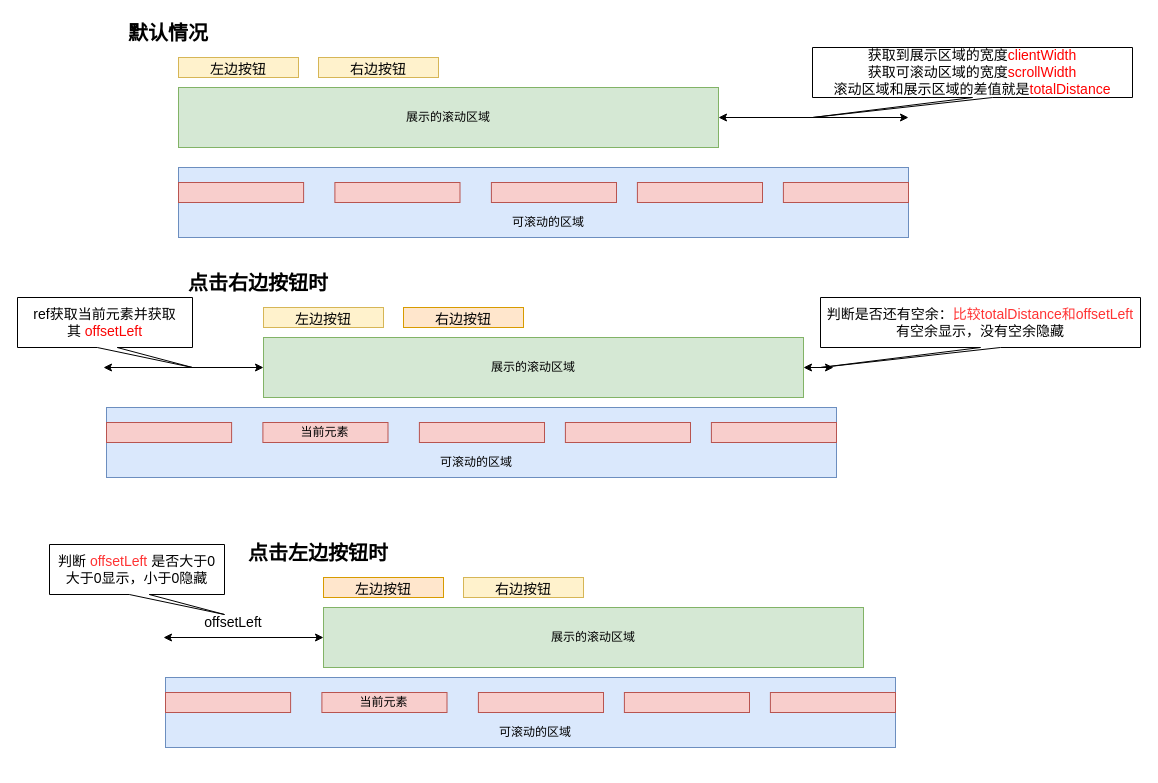
Before: src/assets/dio/scroll.dio in linq0211/airbnb, a draw.io diagram. Source tidied: cells renumbered, new cells numbered last; positions are measured from the earlier drawing's top-left corner, leaving out a move shared by most shapes. Both pictures are drawn from the tidied source at 100%, with x=0, y=0 at pixel (17, 17).
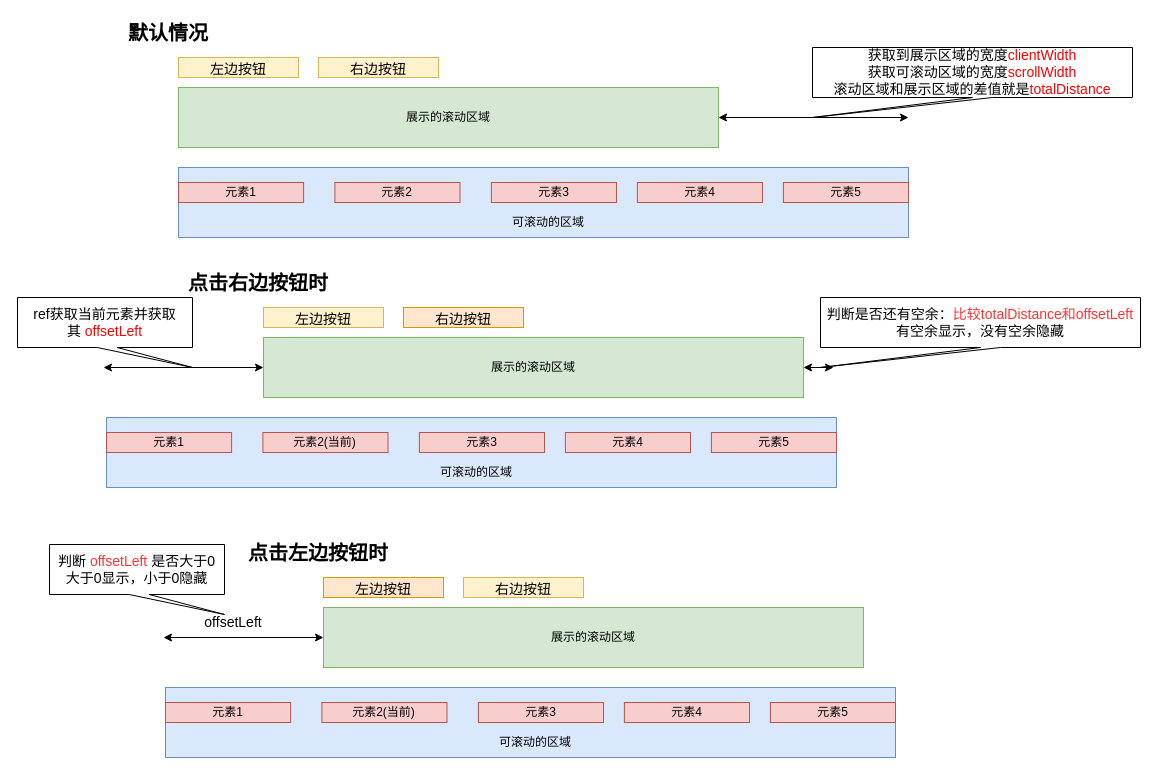
The same diagram, later.

The change refers to these unchanged cells:
```xml
<mxCell id="3" style="group;" parent="1" vertex="1">
  <mxGeometry x="161" y="150" width="730" height="70" as="geometry" />
</mxCell>
```

Diff of the diagram source:
```diff
@@
-    <mxCell id="5" style="rounded=0;whiteSpace=wrap;html=1;fillColor=#f8cecc;strokeColor=#b85450;" parent="3" vertex="1">
+    <mxCell id="5" value="元素1" style="rounded=0;whiteSpace=wrap;html=1;fillColor=#f8cecc;strokeColor=#b85450;" parent="3" vertex="1">
       <mxGeometry y="15" width="125.1" height="20" as="geometry" />
     </mxCell>
-    <mxCell id="6" style="rounded=0;whiteSpace=wrap;html=1;fillColor=#f8cecc;strokeColor=#b85450;" parent="3" vertex="1">
+    <mxCell id="6" value="元素3" style="rounded=0;whiteSpace=wrap;html=1;fillColor=#f8cecc;strokeColor=#b85450;" parent="3" vertex="1">
       <mxGeometry x="312.9" y="15" width="125.1" height="20" as="geometry" />
     </mxCell>
-    <mxCell id="7" style="rounded=0;whiteSpace=wrap;html=1;fillColor=#f8cecc;strokeColor=#b85450;" parent="3" vertex="1">
+    <mxCell id="7" value="元素2" style="rounded=0;whiteSpace=wrap;html=1;fillColor=#f8cecc;strokeColor=#b85450;" parent="3" vertex="1">
       <mxGeometry x="156.4" y="15" width="125.1" height="20" as="geometry" />
     </mxCell>
-    <mxCell id="8" style="rounded=0;whiteSpace=wrap;html=1;fillColor=#f8cecc;strokeColor=#b85450;" parent="3" vertex="1">
+    <mxCell id="8" value="元素4" style="rounded=0;whiteSpace=wrap;html=1;fillColor=#f8cecc;strokeColor=#b85450;" parent="3" vertex="1">
       <mxGeometry x="458.9" y="15" width="125.1" height="20" as="geometry" />
     </mxCell>
-    <mxCell id="9" style="rounded=0;whiteSpace=wrap;html=1;fillColor=#f8cecc;strokeColor=#b85450;" parent="3" vertex="1">
+    <mxCell id="9" value="元素5" style="rounded=0;whiteSpace=wrap;html=1;fillColor=#f8cecc;strokeColor=#b85450;" parent="3" vertex="1">
       <mxGeometry x="604.9" y="15" width="125.1" height="20" as="geometry" />
     </mxCell>
@@
-    <mxCell id="20" style="group;" parent="1" vertex="1">
-      <mxGeometry x="89" y="390" width="730" height="70" as="geometry" />
-    </mxCell>
-    <mxCell id="21" style="rounded=0;whiteSpace=wrap;html=1;fillColor=#dae8fc;strokeColor=#6c8ebf;" parent="20" vertex="1">
-      <mxGeometry width="730" height="70" as="geometry" />
-    </mxCell>
-    <mxCell id="22" style="rounded=0;whiteSpace=wrap;html=1;fillColor=#f8cecc;strokeColor=#b85450;" parent="20" vertex="1">
-      <mxGeometry y="15" width="125.1" height="20" as="geometry" />
-    </mxCell>
-    <mxCell id="23" style="rounded=0;whiteSpace=wrap;html=1;fillColor=#f8cecc;strokeColor=#b85450;" parent="20" vertex="1">
-      <mxGeometry x="312.9" y="15" width="125.1" height="20" as="geometry" />
-    </mxCell>
-    <mxCell id="24" value="当前元素" style="rounded=0;whiteSpace=wrap;html=1;fillColor=#f8cecc;strokeColor=#b85450;" parent="20" vertex="1">
-      <mxGeometry x="156.4" y="15" width="125.1" height="20" as="geometry" />
-    </mxCell>
-    <mxCell id="25" style="rounded=0;whiteSpace=wrap;html=1;fillColor=#f8cecc;strokeColor=#b85450;" parent="20" vertex="1">
-      <mxGeometry x="458.9" y="15" width="125.1" height="20" as="geometry" />
-    </mxCell>
-    <mxCell id="26" style="rounded=0;whiteSpace=wrap;html=1;fillColor=#f8cecc;strokeColor=#b85450;" parent="20" vertex="1">
-      <mxGeometry x="604.9" y="15" width="125.1" height="20" as="geometry" />
-    </mxCell>
-    <mxCell id="27" style="edgeStyle=none;html=1;fontSize=14;" parent="20" edge="1" source="28" target="21">
-      <mxGeometry relative="1" as="geometry" />
-    </mxCell>
-    <mxCell id="28" value="可滚动的区域" style="text;html=1;strokeColor=none;fillColor=none;align=center;verticalAlign=middle;whiteSpace=wrap;rounded=0;" parent="20" vertex="1">
-      <mxGeometry x="323.3" y="40" width="93.9" height="30" as="geometry" />
-    </mxCell>
@@
-    <mxCell id="36" style="group;" parent="1" vertex="1">
-      <mxGeometry x="148" y="660" width="730" height="70" as="geometry" />
-    </mxCell>
-    <mxCell id="37" style="rounded=0;whiteSpace=wrap;html=1;fillColor=#dae8fc;strokeColor=#6c8ebf;" parent="36" vertex="1">
-      <mxGeometry width="730" height="70" as="geometry" />
-    </mxCell>
-    <mxCell id="38" style="rounded=0;whiteSpace=wrap;html=1;fillColor=#f8cecc;strokeColor=#b85450;" parent="36" vertex="1">
-      <mxGeometry y="15" width="125.1" height="20" as="geometry" />
-    </mxCell>
-    <mxCell id="39" style="rounded=0;whiteSpace=wrap;html=1;fillColor=#f8cecc;strokeColor=#b85450;" parent="36" vertex="1">
-      <mxGeometry x="312.9" y="15" width="125.1" height="20" as="geometry" />
-    </mxCell>
-    <mxCell id="40" value="当前元素" style="rounded=0;whiteSpace=wrap;html=1;fillColor=#f8cecc;strokeColor=#b85450;" parent="36" vertex="1">
-      <mxGeometry x="156.4" y="15" width="125.1" height="20" as="geometry" />
-    </mxCell>
-    <mxCell id="41" style="rounded=0;whiteSpace=wrap;html=1;fillColor=#f8cecc;strokeColor=#b85450;" parent="36" vertex="1">
-      <mxGeometry x="458.9" y="15" width="125.1" height="20" as="geometry" />
-    </mxCell>
-    <mxCell id="42" style="rounded=0;whiteSpace=wrap;html=1;fillColor=#f8cecc;strokeColor=#b85450;" parent="36" vertex="1">
-      <mxGeometry x="604.9" y="15" width="125.1" height="20" as="geometry" />
-    </mxCell>
-    <mxCell id="43" style="edgeStyle=none;html=1;fontSize=14;" parent="36" edge="1" source="44" target="37">
-      <mxGeometry relative="1" as="geometry" />
-    </mxCell>
-    <mxCell id="44" value="可滚动的区域" style="text;html=1;strokeColor=none;fillColor=none;align=center;verticalAlign=middle;whiteSpace=wrap;rounded=0;" parent="36" vertex="1">
-      <mxGeometry x="323.3" y="40" width="93.9" height="30" as="geometry" />
-    </mxCell>
@@
+    <mxCell id="50" style="group;" parent="1" vertex="1">
+      <mxGeometry x="89" y="400" width="730" height="70" as="geometry" />
+    </mxCell>
+    <mxCell id="51" style="rounded=0;whiteSpace=wrap;html=1;fillColor=#dae8fc;strokeColor=#6c8ebf;" parent="50" vertex="1">
+      <mxGeometry width="730" height="70" as="geometry" />
+    </mxCell>
+    <mxCell id="52" value="元素1" style="rounded=0;whiteSpace=wrap;html=1;fillColor=#f8cecc;strokeColor=#b85450;" parent="50" vertex="1">
+      <mxGeometry y="15" width="125.1" height="20" as="geometry" />
+    </mxCell>
+    <mxCell id="53" value="元素3" style="rounded=0;whiteSpace=wrap;html=1;fillColor=#f8cecc;strokeColor=#b85450;" parent="50" vertex="1">
+      <mxGeometry x="312.9" y="15" width="125.1" height="20" as="geometry" />
+    </mxCell>
+    <mxCell id="54" value="元素2(当前)" style="rounded=0;whiteSpace=wrap;html=1;fillColor=#f8cecc;strokeColor=#b85450;" parent="50" vertex="1">
+      <mxGeometry x="156.4" y="15" width="125.1" height="20" as="geometry" />
+    </mxCell>
+    <mxCell id="55" value="元素4" style="rounded=0;whiteSpace=wrap;html=1;fillColor=#f8cecc;strokeColor=#b85450;" parent="50" vertex="1">
+      <mxGeometry x="458.9" y="15" width="125.1" height="20" as="geometry" />
+    </mxCell>
+    <mxCell id="56" value="元素5" style="rounded=0;whiteSpace=wrap;html=1;fillColor=#f8cecc;strokeColor=#b85450;" parent="50" vertex="1">
+      <mxGeometry x="604.9" y="15" width="125.1" height="20" as="geometry" />
+    </mxCell>
+    <mxCell id="57" style="edgeStyle=none;html=1;fontSize=14;" parent="50" edge="1" source="58" target="51">
+      <mxGeometry relative="1" as="geometry" />
+    </mxCell>
+    <mxCell id="58" value="可滚动的区域" style="text;html=1;strokeColor=none;fillColor=none;align=center;verticalAlign=middle;whiteSpace=wrap;rounded=0;" parent="50" vertex="1">
+      <mxGeometry x="323.3" y="40" width="93.9" height="30" as="geometry" />
+    </mxCell>
+    <mxCell id="59" style="group;" parent="1" vertex="1">
+      <mxGeometry x="148" y="670" width="730" height="70" as="geometry" />
+    </mxCell>
+    <mxCell id="60" style="rounded=0;whiteSpace=wrap;html=1;fillColor=#dae8fc;strokeColor=#6c8ebf;" parent="59" vertex="1">
+      <mxGeometry width="730" height="70" as="geometry" />
+    </mxCell>
+    <mxCell id="61" value="元素1" style="rounded=0;whiteSpace=wrap;html=1;fillColor=#f8cecc;strokeColor=#b85450;" parent="59" vertex="1">
+      <mxGeometry y="15" width="125.1" height="20" as="geometry" />
+    </mxCell>
+    <mxCell id="62" value="元素3" style="rounded=0;whiteSpace=wrap;html=1;fillColor=#f8cecc;strokeColor=#b85450;" parent="59" vertex="1">
+      <mxGeometry x="312.9" y="15" width="125.1" height="20" as="geometry" />
+    </mxCell>
+    <mxCell id="63" value="元素2(当前)" style="rounded=0;whiteSpace=wrap;html=1;fillColor=#f8cecc;strokeColor=#b85450;" parent="59" vertex="1">
+      <mxGeometry x="156.4" y="15" width="125.1" height="20" as="geometry" />
+    </mxCell>
+    <mxCell id="64" value="元素4" style="rounded=0;whiteSpace=wrap;html=1;fillColor=#f8cecc;strokeColor=#b85450;" parent="59" vertex="1">
+      <mxGeometry x="458.9" y="15" width="125.1" height="20" as="geometry" />
+    </mxCell>
+    <mxCell id="65" value="元素5" style="rounded=0;whiteSpace=wrap;html=1;fillColor=#f8cecc;strokeColor=#b85450;" parent="59" vertex="1">
+      <mxGeometry x="604.9" y="15" width="125.1" height="20" as="geometry" />
+    </mxCell>
+    <mxCell id="66" style="edgeStyle=none;html=1;fontSize=14;" parent="59" edge="1" source="67" target="60">
+      <mxGeometry relative="1" as="geometry" />
+    </mxCell>
+    <mxCell id="67" value="可滚动的区域" style="text;html=1;strokeColor=none;fillColor=none;align=center;verticalAlign=middle;whiteSpace=wrap;rounded=0;" parent="59" vertex="1">
+      <mxGeometry x="323.3" y="40" width="93.9" height="30" as="geometry" />
+    </mxCell>
```
